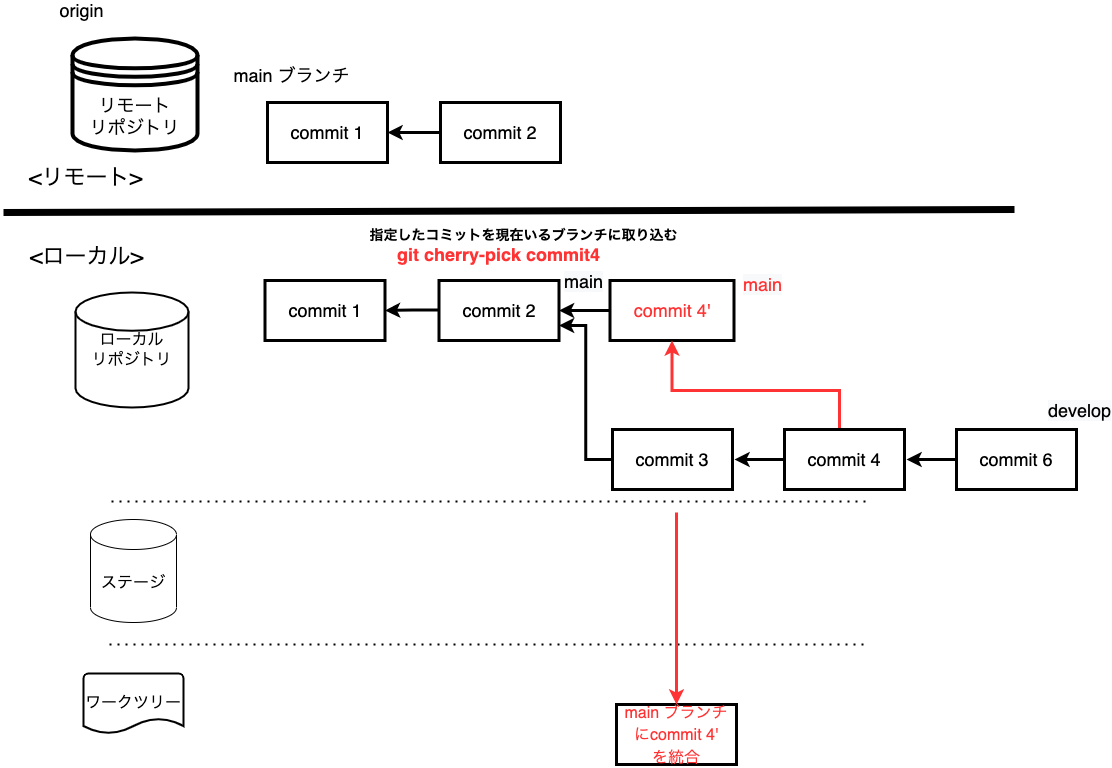
This is assets/image/Git勉強会_コマンドイメージ図-cherry-pick.drawio.png from irongineer/learning-git-for-team, a draw.io export, as it was before one commit. Source tidied: cells renumbered, new cells last; positions are measured from the earlier drawing's top-left corner, leaving out a move shared by most shapes.
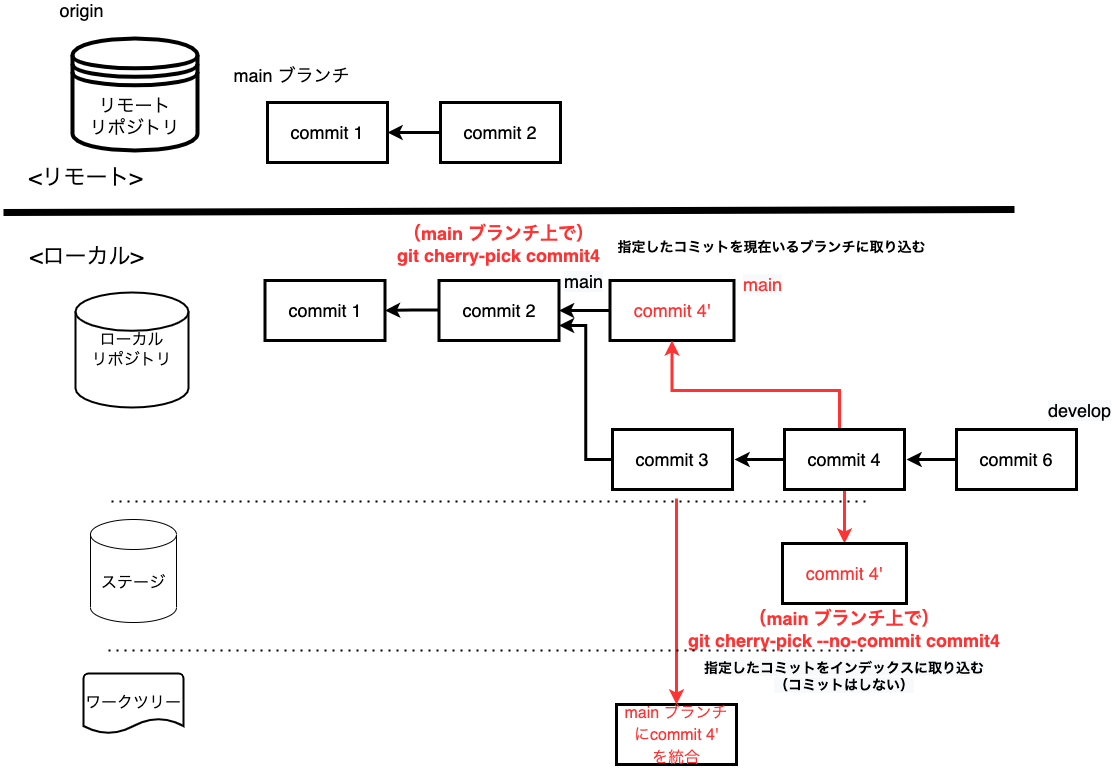
After the change.

The edit, as a diff of the source:
```diff
@@ -8,12 +8,6 @@
         <mxPoint x="865" y="501" as="targetPoint" />
       </mxGeometry>
     </mxCell>
-    <mxCell id="3" style="endArrow=none;dashed=1;html=1;dashPattern=1 3;strokeWidth=2;rounded=0;" parent="1" edge="1">
-      <mxGeometry relative="1" as="geometry">
-        <mxPoint x="106" y="644" as="sourcePoint" />
-        <mxPoint x="863" y="644" as="targetPoint" />
-      </mxGeometry>
-    </mxCell>
     <mxCell id="4" style="endArrow=none;html=1;rounded=0;strokeWidth=7;" parent="1" edge="1">
       <mxGeometry relative="1" as="geometry">
         <mxPoint y="212" as="sourcePoint" />
@@ -50,7 +44,7 @@
       <mxGeometry x="437" y="102" width="120" height="60" as="geometry" />
     </mxCell>
     <mxCell id="14" value="&lt;span style=&quot;font-size: 14px&quot;&gt;&lt;b&gt;指定したコミットを現在いるブランチに取り込む&lt;/b&gt;&lt;/span&gt;" style="text;html=1;align=center;verticalAlign=middle;strokeColor=none;fillColor=none;" parent="1" vertex="1">
-      <mxGeometry x="361" y="225" width="318" height="19" as="geometry" />
+      <mxGeometry x="609" y="237" width="318" height="19" as="geometry" />
     </mxCell>
     <mxCell id="15" value="&lt;font color=&quot;#000000&quot;&gt;commit 1&lt;/font&gt;" style="whiteSpace=wrap;html=1;fontSize=18;fontColor=#FF3333;strokeWidth=3;" parent="1" vertex="1">
       <mxGeometry x="261.5" y="280" width="120" height="60" as="geometry" />
@@ -94,6 +88,9 @@
         </Array>
       </mxGeometry>
     </mxCell>
+    <mxCell id="35" style="edgeStyle=orthogonalEdgeStyle;rounded=0;jettySize=auto;html=1;exitX=0.5;exitY=1;exitDx=0;exitDy=0;strokeColor=#FF3333;strokeWidth=3;" parent="1" edge="1" source="26" target="36">
+      <mxGeometry relative="1" as="geometry" />
+    </mxCell>
     <mxCell id="26" value="commit 4" style="whiteSpace=wrap;html=1;fontSize=18;fontColor=#000000;strokeWidth=3;" parent="1" vertex="1">
       <mxGeometry x="781" y="429" width="120" height="60" as="geometry" />
     </mxCell>
@@ -111,8 +108,8 @@
     <mxCell id="30" value="commit 6" style="whiteSpace=wrap;html=1;fontSize=18;fontColor=#000000;strokeWidth=3;" parent="1" vertex="1">
       <mxGeometry x="953" y="429" width="120" height="60" as="geometry" />
     </mxCell>
-    <mxCell id="31" value="&lt;b style=&quot;color: rgb(0 , 0 , 0) ; font-style: normal ; letter-spacing: normal ; text-align: center ; text-indent: 0px ; text-transform: none ; word-spacing: 0px ; font-family: &amp;#34;helvetica&amp;#34; ; font-size: 18px&quot;&gt;&lt;font color=&quot;#ff3333&quot;&gt;git cherry-pick commit4&lt;/font&gt;&lt;/b&gt;" style="text;whiteSpace=wrap;html=1;" parent="1" vertex="1">
-      <mxGeometry x="391.5" y="237" width="257" height="30" as="geometry" />
+    <mxCell id="31" value="&lt;b style=&quot;color: rgb(0 , 0 , 0) ; font-style: normal ; letter-spacing: normal ; text-indent: 0px ; text-transform: none ; word-spacing: 0px ; font-family: &amp;#34;helvetica&amp;#34; ; font-size: 18px&quot;&gt;&lt;font color=&quot;#ff3333&quot;&gt;（main ブランチ上で）&lt;br&gt;git cherry-pick commit4&lt;/font&gt;&lt;/b&gt;" style="text;whiteSpace=wrap;html=1;align=center;" parent="1" vertex="1">
+      <mxGeometry x="367" y="216" width="257" height="30" as="geometry" />
     </mxCell>
     <mxCell id="32" value="&lt;span style=&quot;font-family: &amp;#34;helvetica&amp;#34; ; font-size: 18px ; font-style: normal ; font-weight: 400 ; letter-spacing: normal ; text-align: center ; text-indent: 0px ; text-transform: none ; word-spacing: 0px ; background-color: rgb(248 , 249 , 250) ; display: inline ; float: none&quot;&gt;&lt;font color=&quot;#ff3333&quot;&gt;main&lt;/font&gt;&lt;/span&gt;" style="text;whiteSpace=wrap;html=1;fontColor=#000000;" parent="1" vertex="1">
       <mxGeometry x="738" y="267" width="60" height="30" as="geometry" />
@@ -122,8 +119,23 @@
     </mxCell>
     <mxCell id="34" style="edgeStyle=orthogonalEdgeStyle;rounded=0;jettySize=auto;html=1;entryX=0.5;entryY=0;entryDx=0;entryDy=0;fontSize=18;fontColor=#000000;strokeColor=#FF3333;strokeWidth=3;" parent="1" edge="1" target="33">
       <mxGeometry relative="1" as="geometry">
-        <mxPoint x="673" y="512" as="sourcePoint" />
+        <mxPoint x="673" y="498" as="sourcePoint" />
       </mxGeometry>
     </mxCell>
+    <mxCell id="36" value="commit 4'" style="whiteSpace=wrap;html=1;fontSize=18;fontColor=#FF3333;strokeWidth=3;" parent="1" vertex="1">
+      <mxGeometry x="779" y="543" width="124" height="60" as="geometry" />
+    </mxCell>
+    <mxCell id="37" value="&lt;b style=&quot;font-family: &amp;#34;helvetica&amp;#34; ; font-size: 18px&quot;&gt;&lt;font color=&quot;#ff3333&quot;&gt;（main ブランチ上で）&lt;br&gt;&lt;/font&gt;&lt;/b&gt;&lt;b style=&quot;color: rgb(0 , 0 , 0) ; font-style: normal ; letter-spacing: normal ; text-indent: 0px ; text-transform: none ; word-spacing: 0px ; font-family: &amp;#34;helvetica&amp;#34; ; font-size: 18px&quot;&gt;&lt;font color=&quot;#ff3333&quot;&gt;git cherry-pick --no-commit commit4&lt;/font&gt;&lt;/b&gt;" style="text;whiteSpace=wrap;html=1;align=center;" parent="1" vertex="1">
+      <mxGeometry x="679" y="601" width="324" height="30" as="geometry" />
+    </mxCell>
+    <mxCell id="38" value="&lt;b style=&quot;color: rgb(0 , 0 , 0) ; font-family: &amp;#34;helvetica&amp;#34; ; font-size: 14px ; font-style: normal ; letter-spacing: normal ; text-indent: 0px ; text-transform: none ; word-spacing: 0px ; background-color: rgb(248 , 249 , 250)&quot;&gt;指定したコミットをインデックスに取り込む&lt;br&gt;（コミットはしない）&lt;/b&gt;" style="text;whiteSpace=wrap;html=1;align=center;" parent="1" vertex="1">
+      <mxGeometry x="677" y="653" width="328" height="29" as="geometry" />
+    </mxCell>
+    <mxCell id="39" style="endArrow=none;dashed=1;html=1;dashPattern=1 3;strokeWidth=2;rounded=0;" parent="1" edge="1">
+      <mxGeometry relative="1" as="geometry">
+        <mxPoint x="105" y="650" as="sourcePoint" />
+        <mxPoint x="862" y="650" as="targetPoint" />
+      </mxGeometry>
+    </mxCell>
   </root>
 </mxGraphModel>
```
